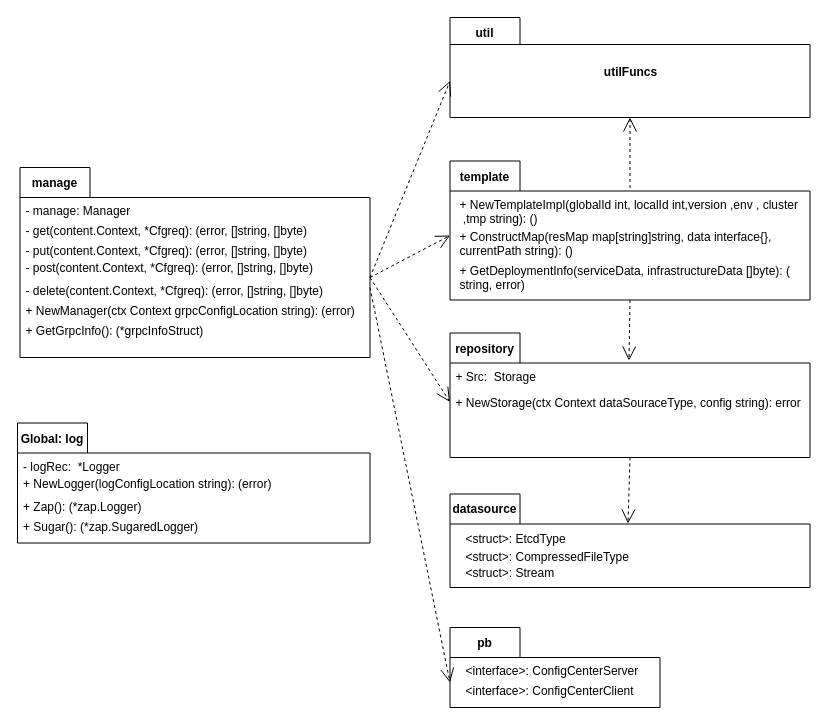
This is page "包图" (3 of 17) of docs/概要设计文档/概设原始图.drawio from dalgorithm-bastar/configer, a draw.io file, before an edit. Source tidied: cells renumbered, new cells numbered last; positions are measured from the earlier drawing's top-left corner, leaving out a move shared by most shapes. Both pictures are drawn from the tidied source at 100%, with x=0, y=0 at pixel (17, 17).
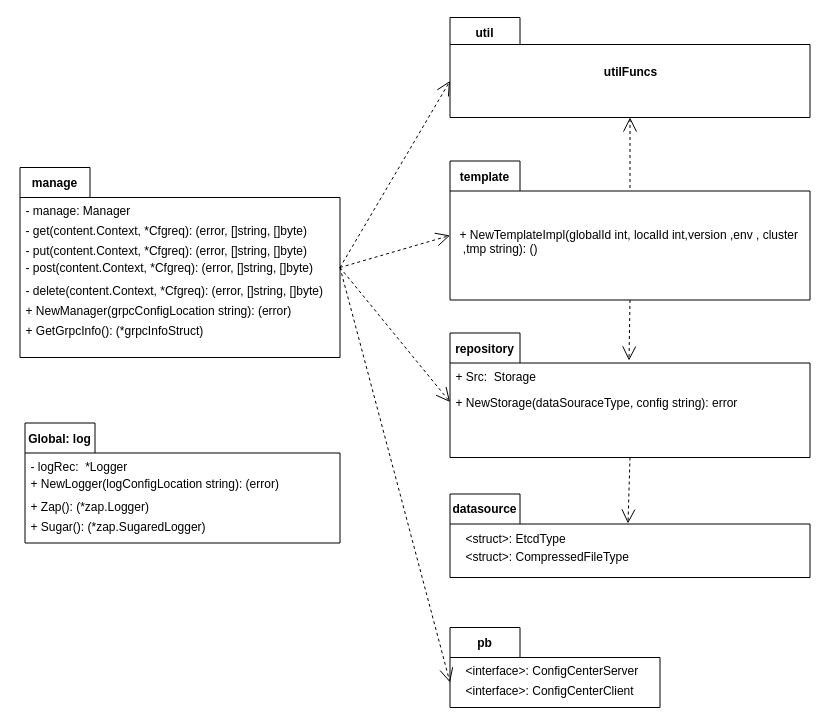
The same page after the edit.

Unchanged cells that the change refers to:
```xml
<mxCell id="9" style="shape=folder;fontStyle=1;spacingTop=10;tabWidth=70;tabHeight=30;tabPosition=left;html=1;" parent="1" vertex="1">
  <mxGeometry x="432.5" y="610" width="210" height="80" as="geometry" />
</mxCell>
<mxCell id="21" value="utilFuncs" style="shape=folder;fontStyle=1;spacingTop=10;tabWidth=70;tabHeight=27;tabPosition=left;html=1;" parent="1" vertex="1">
  <mxGeometry x="432.5" width="360" height="100" as="geometry" />
</mxCell>
<mxCell id="29" style="shape=folder;fontStyle=1;spacingTop=10;tabWidth=70;tabHeight=30;tabPosition=left;html=1;" parent="1" vertex="1">
  <mxGeometry x="432.5" y="143.5" width="360" height="139" as="geometry" />
</mxCell>
```

What changed in the source:
```diff
@@
     <mxCell id="2" style="shape=folder;fontStyle=1;spacingTop=10;tabWidth=70;tabHeight=30;tabPosition=left;html=1;" parent="1" vertex="1">
-      <mxGeometry x="2.5" y="150" width="350" height="190" as="geometry" />
+      <mxGeometry x="2.5" y="150" width="320" height="190" as="geometry" />
     </mxCell>
@@
     <mxCell id="10" style="shape=folder;fontStyle=1;spacingTop=10;tabWidth=70;tabHeight=30;tabPosition=left;html=1;" parent="1" vertex="1">
-      <mxGeometry y="405.5" width="352.5" height="120" as="geometry" />
+      <mxGeometry x="7.5" y="405.5" width="315" height="120" as="geometry" />
     </mxCell>
     <mxCell id="11" value="Global: log" style="text;align=center;fontStyle=1;verticalAlign=middle;spacingLeft=3;spacingRight=3;strokeColor=none;" parent="1" vertex="1">
-      <mxGeometry y="405.5" width="70" height="30" as="geometry" />
+      <mxGeometry x="7.5" y="405.5" width="70" height="30" as="geometry" />
     </mxCell>
     <mxCell id="12" value="- logRec:  *Logger" style="text;strokeColor=none;fillColor=none;align=left;verticalAlign=top;spacingLeft=4;spacingRight=4;overflow=hidden;" parent="1" vertex="1">
-      <mxGeometry y="435.5" width="200" height="26" as="geometry" />
+      <mxGeometry x="7.5" y="435.5" width="200" height="26" as="geometry" />
     </mxCell>
-    <mxCell id="13" value="+ NewManager(ctx Context grpcConfigLocation string): (error)" style="text;strokeColor=none;fillColor=none;align=left;verticalAlign=top;spacingLeft=4;spacingRight=4;overflow=hidden;" parent="1" vertex="1">
-      <mxGeometry x="2.5" y="280" width="340" height="26" as="geometry" />
+    <mxCell id="13" value="+ NewManager(grpcConfigLocation string): (error)" style="text;strokeColor=none;fillColor=none;align=left;verticalAlign=top;spacingLeft=4;spacingRight=4;overflow=hidden;" parent="1" vertex="1">
+      <mxGeometry x="2.5" y="280" width="330" height="26" as="geometry" />
     </mxCell>
     <mxCell id="14" value="+ NewLogger(logConfigLocation string): (error)" style="text;strokeColor=none;fillColor=none;align=left;verticalAlign=top;spacingLeft=4;spacingRight=4;overflow=hidden;" parent="1" vertex="1">
-      <mxGeometry y="452.5" width="280" height="26" as="geometry" />
+      <mxGeometry x="7.5" y="452.5" width="280" height="26" as="geometry" />
     </mxCell>
     <mxCell id="15" value="+ Zap(): (*zap.Logger)" style="text;strokeColor=none;fillColor=none;align=left;verticalAlign=top;spacingLeft=4;spacingRight=4;overflow=hidden;" parent="1" vertex="1">
-      <mxGeometry y="475.5" width="280" height="26" as="geometry" />
+      <mxGeometry x="7.5" y="475.5" width="280" height="26" as="geometry" />
     </mxCell>
     <mxCell id="16" value="+ Sugar(): (*zap.SugaredLogger)" style="text;strokeColor=none;fillColor=none;align=left;verticalAlign=top;spacingLeft=4;spacingRight=4;overflow=hidden;" parent="1" vertex="1">
-      <mxGeometry y="495.5" width="280" height="26" as="geometry" />
+      <mxGeometry x="7.5" y="495.5" width="280" height="26" as="geometry" />
     </mxCell>
@@
-    <mxCell id="20" value="+ NewStorage(ctx Context dataSouraceType, config string): error" style="text;strokeColor=none;fillColor=none;align=left;verticalAlign=top;spacingLeft=4;spacingRight=4;overflow=hidden;" parent="1" vertex="1">
-      <mxGeometry x="432.5" y="371.5" width="360" height="26" as="geometry" />
+    <mxCell id="20" value="+ NewStorage(dataSouraceType, config string): error" style="text;strokeColor=none;fillColor=none;align=left;verticalAlign=top;spacingLeft=4;spacingRight=4;overflow=hidden;" parent="1" vertex="1">
+      <mxGeometry x="432.5" y="371.5" width="320" height="26" as="geometry" />
     </mxCell>
@@
-    <mxCell id="26" style="endArrow=open;endSize=12;dashed=1;html=1;exitX=0;exitY=0;exitDx=350;exitDy=110;exitPerimeter=0;entryX=0;entryY=0;entryDx=0;entryDy=74.5;entryPerimeter=0;" parent="1" edge="1" source="2" target="29">
+    <mxCell id="26" style="endArrow=open;endSize=12;dashed=1;html=1;exitX=0;exitY=0;exitDx=320;exitDy=100;exitPerimeter=0;entryX=0;entryY=0;entryDx=0;entryDy=74.5;entryPerimeter=0;" parent="1" edge="1" source="2" target="29">
       <mxGeometry relative="1" as="geometry" />
     </mxCell>
-    <mxCell id="27" style="endArrow=open;endSize=12;dashed=1;html=1;exitX=0;exitY=0;exitDx=350;exitDy=110;exitPerimeter=0;entryX=0;entryY=0;entryDx=0;entryDy=63.5;entryPerimeter=0;" parent="1" edge="1" source="2" target="21">
+    <mxCell id="27" style="endArrow=open;endSize=12;dashed=1;html=1;exitX=0;exitY=0;exitDx=320;exitDy=100;exitPerimeter=0;entryX=0;entryY=0;entryDx=0;entryDy=63.5;entryPerimeter=0;" parent="1" edge="1" source="2" target="21">
       <mxGeometry relative="1" as="geometry" />
     </mxCell>
-    <mxCell id="28" style="endArrow=open;endSize=12;dashed=1;html=1;entryX=0;entryY=0.5;entryDx=0;entryDy=0;exitX=0;exitY=0;exitDx=350;exitDy=110;exitPerimeter=0;" parent="1" edge="1" source="2">
+    <mxCell id="28" style="endArrow=open;endSize=12;dashed=1;html=1;entryX=0;entryY=0.5;entryDx=0;entryDy=0;exitX=0;exitY=0;exitDx=320;exitDy=100;exitPerimeter=0;" parent="1" edge="1" source="2">
       <mxGeometry relative="1" as="geometry">
         <mxPoint x="432.5" y="384.5" as="targetPoint" />
       </mxGeometry>
     </mxCell>
@@
     <mxCell id="31" value="+ NewTemplateImpl(globalId int, localId int,version ,env , cluster&#10; ,tmp string): ()" style="text;strokeColor=none;fillColor=none;align=left;verticalAlign=top;spacingLeft=4;spacingRight=4;overflow=hidden;" parent="1" vertex="1">
-      <mxGeometry x="436.5" y="173.5" width="356" height="46.5" as="geometry" />
+      <mxGeometry x="436.5" y="203.5" width="356" height="46.5" as="geometry" />
     </mxCell>
-    <mxCell id="32" style="endArrow=open;endSize=12;dashed=1;html=1;entryX=0;entryY=0;entryDx=0;entryDy=55;entryPerimeter=0;" parent="1" edge="1" target="9">
-      <mxGeometry relative="1" as="geometry">
-        <mxPoint x="352.5" y="270" as="sourcePoint" />
-      </mxGeometry>
+    <mxCell id="32" style="endArrow=open;endSize=12;dashed=1;html=1;exitX=0;exitY=0;exitDx=320;exitDy=100;exitPerimeter=0;entryX=0;entryY=0;entryDx=0;entryDy=55;entryPerimeter=0;" parent="1" edge="1" source="2" target="9">
+      <mxGeometry relative="1" as="geometry" />
     </mxCell>
@@
     <mxCell id="36" style="shape=folder;fontStyle=1;spacingTop=10;tabWidth=70;tabHeight=30;tabPosition=left;html=1;" parent="1" vertex="1">
-      <mxGeometry x="432.5" y="476.5" width="360" height="93.5" as="geometry" />
+      <mxGeometry x="432.5" y="476.5" width="360" height="83.5" as="geometry" />
     </mxCell>
@@
-    <mxCell id="41" value="+ ConstructMap(resMap map[string]string, data interface{}, &#10;currentPath string): ()" style="text;strokeColor=none;fillColor=none;align=left;verticalAlign=top;spacingLeft=4;spacingRight=4;overflow=hidden;" parent="1" vertex="1">
-      <mxGeometry x="436.5" y="206" width="356" height="34" as="geometry" />
-    </mxCell>
-    <mxCell id="42" value="+ GetDeploymentInfo(serviceData, infrastructureData []byte): (&#10;string, error)" style="text;strokeColor=none;fillColor=none;align=left;verticalAlign=top;spacingLeft=4;spacingRight=4;overflow=hidden;" parent="1" vertex="1">
-      <mxGeometry x="436.5" y="240" width="356" height="34" as="geometry" />
-    </mxCell>
-    <mxCell id="43" value="&lt;struct&gt;: Stream" style="text;strokeColor=none;fillColor=none;align=left;verticalAlign=top;spacingLeft=4;spacingRight=4;overflow=hidden;" parent="1" vertex="1">
-      <mxGeometry x="442.5" y="542" width="190" height="26" as="geometry" />
-    </mxCell>
```
